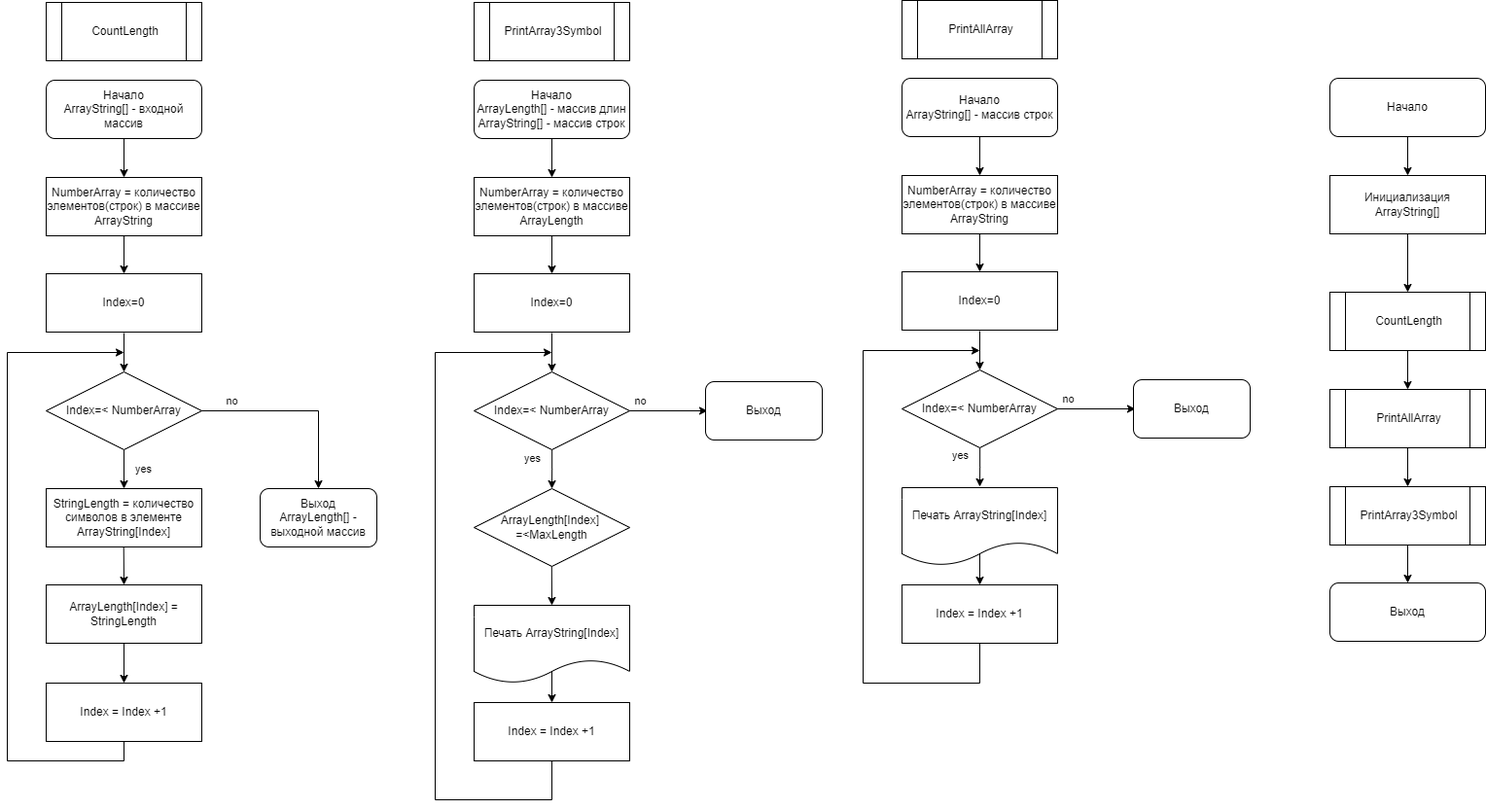
Earlier version of the draw.io export Block_diagram.png (K2Rom/TestBlockLearning1). Source tidied: cells renumbered, new cells last; positions are measured from the earlier drawing's top-left corner, leaving out a move shared by most shapes.
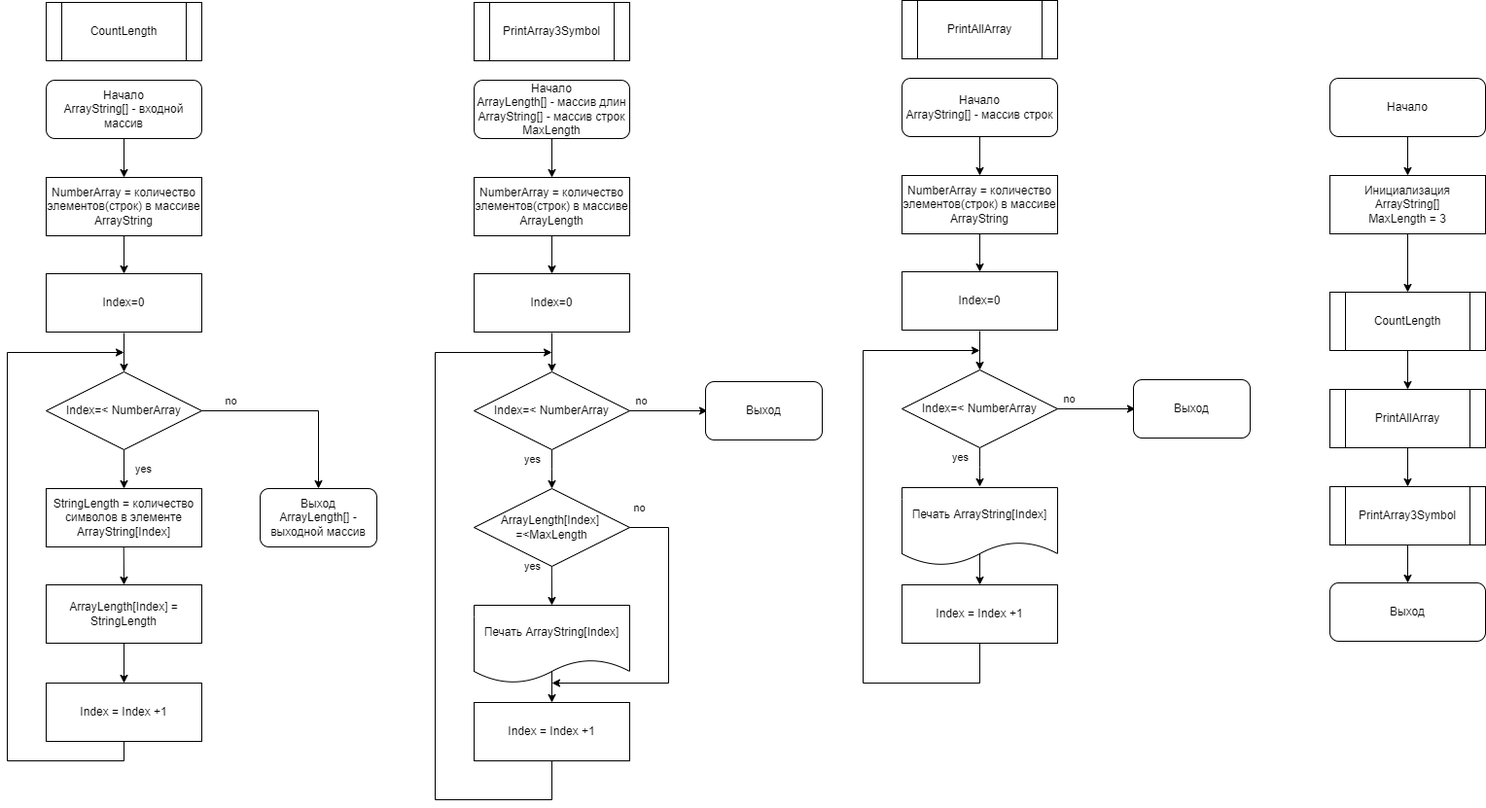
After the commit.

Commit message:
Include Block_diagram

What changed in the source:
```diff
@@ -65,7 +65,7 @@
         </Array>
       </mxGeometry>
     </mxCell>
-    <mxCell id="18" value="Начало&lt;br&gt;ArrayLength[] - массив длин&lt;div&gt;ArrayString[] - массив строк&lt;br&gt;&lt;/div&gt;" style="rounded=1;whiteSpace=wrap;html=1;" parent="1" vertex="1">
+    <mxCell id="18" value="Начало&lt;br&gt;ArrayLength[] - массив длин&lt;div&gt;ArrayString[] - массив строк&lt;br&gt;&lt;/div&gt;&lt;div&gt;MaxLength&lt;br&gt;&lt;/div&gt;" style="rounded=1;whiteSpace=wrap;html=1;" parent="1" vertex="1">
       <mxGeometry x="480" y="82" width="160" height="60" as="geometry" />
     </mxCell>
     <mxCell id="19" value="NumberArray = количество элементов(строк) в массиве ArrayLength" style="rounded=0;whiteSpace=wrap;html=1;" parent="1" vertex="1">
@@ -101,8 +101,8 @@
         <mxPoint x="560" y="682" as="sourcePoint" />
       </mxGeometry>
     </mxCell>
-    <mxCell id="27" style="endArrow=classic;html=1;rounded=0;entryX=0.5;entryY=0;entryDx=0;entryDy=0;exitX=0.5;exitY=1;exitDx=0;exitDy=0;" parent="1" edge="1">
-      <mxGeometry relative="1" as="geometry">
+    <mxCell id="27" value="yes" style="endArrow=classic;html=1;rounded=0;entryX=0.5;entryY=0;entryDx=0;entryDy=0;exitX=0.5;exitY=1;exitDx=0;exitDy=0;" parent="1" edge="1">
+      <mxGeometry x="-0.34" y="-20" relative="1" as="geometry">
         <mxPoint x="559.7" y="562" as="sourcePoint" />
         <mxPoint x="560" y="622" as="targetPoint" />
       </mxGeometry>
@@ -137,7 +137,7 @@
     <mxCell id="34" value="Начало" style="rounded=1;whiteSpace=wrap;html=1;" parent="1" vertex="1">
       <mxGeometry x="1360" y="80" width="160" height="60" as="geometry" />
     </mxCell>
-    <mxCell id="35" value="Инициализация ArrayString[]" style="rounded=0;whiteSpace=wrap;html=1;" parent="1" vertex="1">
+    <mxCell id="35" value="Инициализация ArrayString[]&lt;div&gt;MaxLength = 3&lt;br&gt;&lt;/div&gt;" style="rounded=0;whiteSpace=wrap;html=1;" parent="1" vertex="1">
       <mxGeometry x="1360" y="180" width="160" height="60" as="geometry" />
     </mxCell>
     <mxCell id="36" value="CountLength" style="shape=process;whiteSpace=wrap;html=1;backgroundOutline=1;" parent="1" vertex="1">
@@ -238,5 +238,14 @@
     <mxCell id="61" value="PrintAllArray" style="shape=process;whiteSpace=wrap;html=1;backgroundOutline=1;" parent="1" vertex="1">
       <mxGeometry x="920" width="160" height="60" as="geometry" />
     </mxCell>
+    <mxCell id="62" value="no" style="endArrow=classic;html=1;rounded=0;exitX=1;exitY=0.5;exitDx=0;exitDy=0;" parent="1" edge="1" source="32">
+      <mxGeometry x="-0.94" y="20" relative="1" as="geometry">
+        <mxPoint x="560" y="702" as="targetPoint" />
+        <Array as="points">
+          <mxPoint x="680" y="542" />
+          <mxPoint x="680" y="702" />
+        </Array>
+      </mxGeometry>
+    </mxCell>
   </root>
 </mxGraphModel>
```
